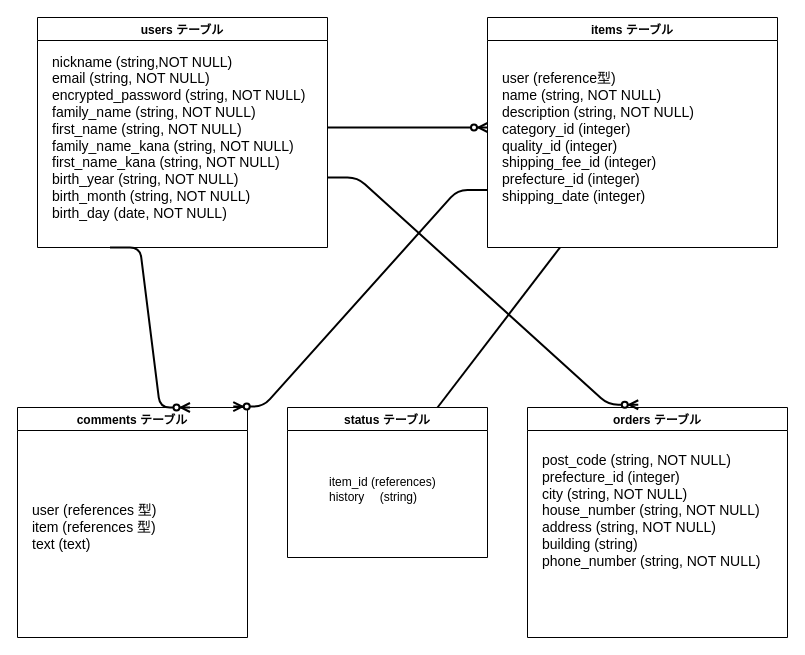
aromavita/furima-35783 keeps this draw.io diagram as ER.dio. Above is the earlier version. Source tidied: cells renumbered, new cells numbered last; positions are measured from the earlier drawing's top-left corner, leaving out a move shared by most shapes. Both pictures are drawn from the tidied source at 100%, with x=0, y=0 at pixel (17, 17).
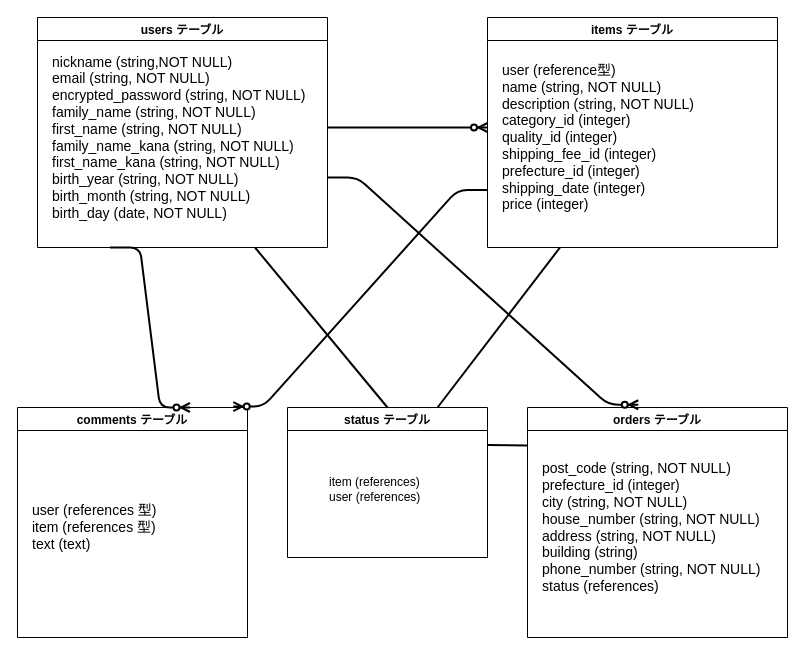
Above is the later version.

Commit message (it also covers changes not shown here):
レビューからの修正4

Unchanged cells that the change refers to:
```xml
<mxCell id="2" value="users テーブル" style="swimlane;" parent="1" vertex="1">
  <mxGeometry x="20" width="290" height="230" as="geometry" />
</mxCell>
<mxCell id="4" value="items テーブル" style="swimlane;" parent="1" vertex="1">
  <mxGeometry x="470" width="290" height="230" as="geometry" />
</mxCell>
<mxCell id="11" value="orders テーブル" style="swimlane;" parent="1" vertex="1">
  <mxGeometry x="510" y="390" width="260" height="230" as="geometry" />
</mxCell>
<mxCell id="13" value="status テーブル" style="swimlane;" parent="1" vertex="1">
  <mxGeometry x="270" y="390" width="200" height="150" as="geometry" />
</mxCell>
```

Diff of the diagram source:
```diff
@@
-    <mxCell id="5" value="&lt;font style=&quot;font-size: 14px&quot;&gt;user (reference型)&lt;br&gt;name (string, NOT NULL)&lt;br&gt;description (string, NOT NULL)&lt;br&gt;category_id (integer)&lt;br&gt;quality_id (integer)&lt;br&gt;shipping_fee_id (integer)&lt;br&gt;prefecture_id (integer)&lt;br&gt;shipping_date (integer)&lt;br&gt;&lt;/font&gt;" style="text;html=1;align=left;verticalAlign=middle;strokeColor=none;" parent="4" vertex="1">
-      <mxGeometry x="12.5" y="55" width="210" height="130" as="geometry" />
+    <mxCell id="5" value="&lt;font style=&quot;font-size: 14px&quot;&gt;user (reference型)&lt;br&gt;name (string, NOT NULL)&lt;br&gt;description (string, NOT NULL)&lt;br&gt;category_id (integer)&lt;br&gt;quality_id (integer)&lt;br&gt;shipping_fee_id (integer)&lt;br&gt;prefecture_id (integer)&lt;br&gt;shipping_date (integer)&lt;br&gt;price (integer)&lt;br&gt;&lt;/font&gt;" style="text;html=1;align=left;verticalAlign=middle;strokeColor=none;" parent="4" vertex="1">
+      <mxGeometry x="12.5" y="50" width="210" height="140" as="geometry" />
     </mxCell>
@@
-    <mxCell id="12" value="&lt;font style=&quot;font-size: 14px&quot;&gt;post_code (string, NOT NULL)&lt;br&gt;prefecture_id (integer)&lt;br&gt;city (string, NOT NULL)&lt;br&gt;house_number (string, NOT NULL)&lt;br&gt;address (string, NOT NULL)&lt;br&gt;building (string)&lt;br&gt;phone_number (string, NOT NULL)&lt;br&gt;&lt;br&gt;&lt;br&gt;&lt;/font&gt;" style="text;html=1;align=left;verticalAlign=middle;strokeColor=none;" parent="11" vertex="1">
-      <mxGeometry x="12.5" y="50" width="230" height="140" as="geometry" />
+    <mxCell id="12" value="&lt;font style=&quot;font-size: 14px&quot;&gt;post_code (string, NOT NULL)&lt;br&gt;prefecture_id (integer)&lt;br&gt;city (string, NOT NULL)&lt;br&gt;house_number (string, NOT NULL)&lt;br&gt;address (string, NOT NULL)&lt;br&gt;building (string)&lt;br&gt;phone_number (string, NOT NULL)&lt;br&gt;status (references)&lt;br&gt;&lt;/font&gt;" style="text;html=1;align=left;verticalAlign=middle;strokeColor=none;" parent="11" vertex="1">
+      <mxGeometry x="12.5" y="55" width="230" height="130" as="geometry" />
     </mxCell>
@@
-    <mxCell id="14" value="&lt;br&gt;item_id (references)&lt;br&gt;history　 (string)" style="text;html=1;align=left;verticalAlign=middle;strokeColor=none;" parent="13" vertex="1">
-      <mxGeometry x="40" y="50" width="120" height="50" as="geometry" />
+    <mxCell id="14" value="&lt;br&gt;item (references)&lt;br&gt;user (references)" style="text;html=1;align=left;verticalAlign=middle;strokeColor=none;" parent="13" vertex="1">
+      <mxGeometry x="40" y="50" width="110" height="50" as="geometry" />
     </mxCell>
@@
+    <mxCell id="17" style="endArrow=none;html=1;rounded=0;entryX=1;entryY=0.25;entryDx=0;entryDy=0;strokeWidth=2;" parent="1" edge="1" target="13">
+      <mxGeometry relative="1" as="geometry">
+        <mxPoint x="510" y="428" as="sourcePoint" />
+      </mxGeometry>
+    </mxCell>
+    <mxCell id="18" style="endArrow=none;html=1;rounded=0;exitX=0.75;exitY=1;exitDx=0;exitDy=0;entryX=0.5;entryY=0;entryDx=0;entryDy=0;strokeWidth=2;" parent="1" edge="1" source="2" target="13">
+      <mxGeometry relative="1" as="geometry" />
+    </mxCell>
```
